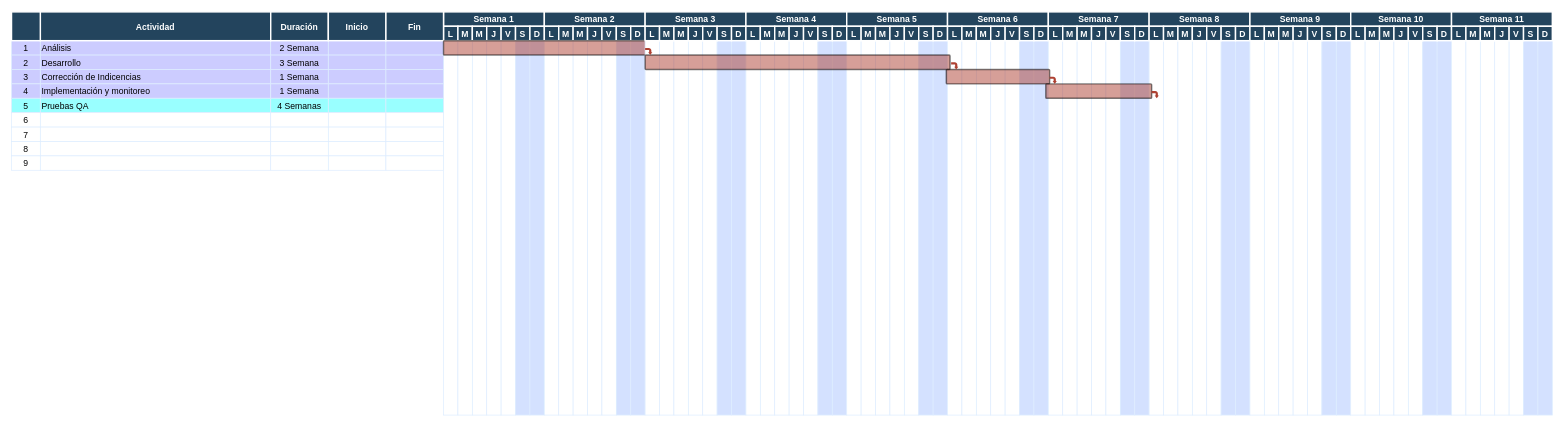
This is RoadMap_CatalogoAutos.drawio from endoeca2/Diagramas, a draw.io file, before an edit. Source tidied: cells renumbered, new cells numbered last; positions are measured from the earlier drawing's top-left corner, leaving out a move shared by most shapes. Both pictures are drawn from the tidied source at 72%, with x=0, y=0 at pixel (11, 12).
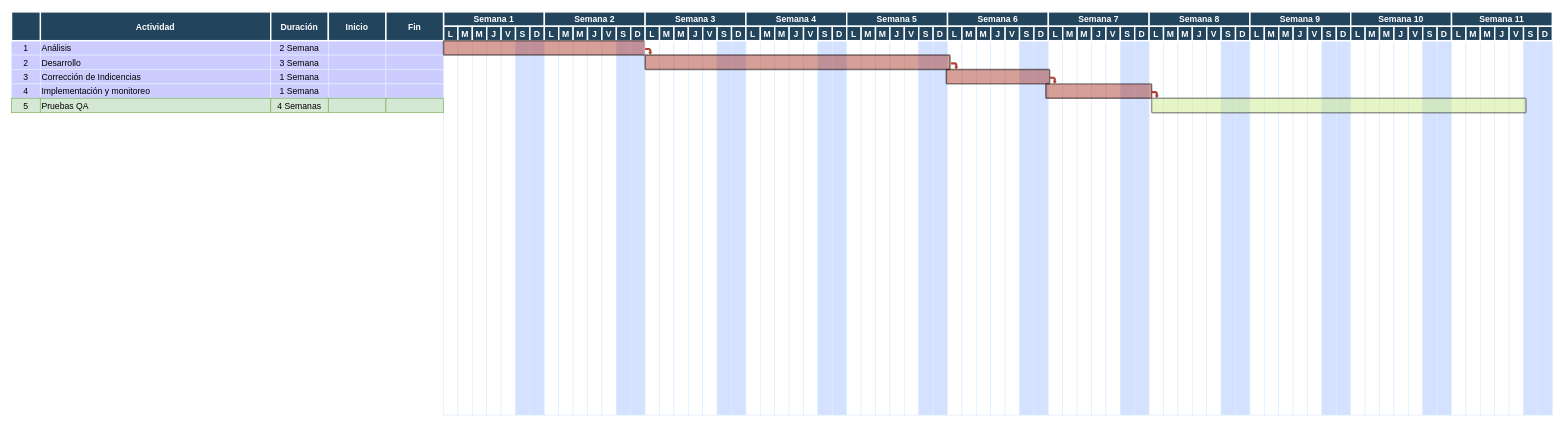
After the change.

The edit, as a diff of the source:
```diff
@@
-    <mxCell id="23" value="5" style="strokeColor=#DEEDFF;fillColor=#99FFFF;" parent="1" vertex="1">
+    <mxCell id="23" value="5" style="strokeColor=#82b366;fillColor=#d5e8d4;" parent="1" vertex="1">
       <mxGeometry x="0.5" y="120" width="40" height="20" as="geometry" />
     </mxCell>
-    <mxCell id="24" value="Pruebas QA" style="align=left;strokeColor=#DEEDFF;fillColor=#99FFFF;" parent="1" vertex="1">
+    <mxCell id="24" value="Pruebas QA" style="align=left;strokeColor=#82b366;fillColor=#d5e8d4;" parent="1" vertex="1">
       <mxGeometry x="40.5" y="120" width="320" height="20" as="geometry" />
     </mxCell>
-    <mxCell id="25" value="4 Semanas" style="strokeColor=#DEEDFF;fillColor=#99FFFF;" parent="1" vertex="1">
+    <mxCell id="25" value="4 Semanas" style="strokeColor=#82b366;fillColor=#d5e8d4;" parent="1" vertex="1">
       <mxGeometry x="360.5" y="120" width="80" height="20" as="geometry" />
     </mxCell>
-    <mxCell id="26" style="strokeColor=#DEEDFF;fillColor=#99FFFF;" parent="1" vertex="1">
+    <mxCell id="26" style="strokeColor=#82b366;fillColor=#d5e8d4;" parent="1" vertex="1">
       <mxGeometry x="440.5" y="120" width="80" height="20" as="geometry" />
     </mxCell>
-    <mxCell id="27" style="strokeColor=#DEEDFF;fillColor=#99FFFF;" parent="1" vertex="1">
+    <mxCell id="27" style="strokeColor=#82b366;fillColor=#d5e8d4;" parent="1" vertex="1">
       <mxGeometry x="520.5" y="120" width="80" height="20" as="geometry" />
     </mxCell>
-    <mxCell id="28" value="6" style="strokeColor=#DEEDFF;" parent="1" vertex="1">
-      <mxGeometry x="0.5" y="140" width="40" height="20" as="geometry" />
-    </mxCell>
-    <mxCell id="29" style="align=left;strokeColor=#DEEDFF;" parent="1" vertex="1">
-      <mxGeometry x="40.5" y="140" width="320" height="20" as="geometry" />
-    </mxCell>
-    <mxCell id="30" style="strokeColor=#DEEDFF;" parent="1" vertex="1">
-      <mxGeometry x="360.5" y="140" width="80" height="20" as="geometry" />
-    </mxCell>
-    <mxCell id="31" style="strokeColor=#DEEDFF;" parent="1" vertex="1">
-      <mxGeometry x="440.5" y="140" width="80" height="20" as="geometry" />
-    </mxCell>
-    <mxCell id="32" style="strokeColor=#DEEDFF;" parent="1" vertex="1">
-      <mxGeometry x="520.5" y="140" width="80" height="20" as="geometry" />
-    </mxCell>
-    <mxCell id="33" value="7" style="strokeColor=#DEEDFF;" parent="1" vertex="1">
-      <mxGeometry x="0.5" y="160" width="40" height="20" as="geometry" />
-    </mxCell>
-    <mxCell id="34" style="align=left;strokeColor=#DEEDFF;" parent="1" vertex="1">
-      <mxGeometry x="40.5" y="160" width="320" height="20" as="geometry" />
-    </mxCell>
-    <mxCell id="35" style="strokeColor=#DEEDFF;" parent="1" vertex="1">
-      <mxGeometry x="360.5" y="160" width="80" height="20" as="geometry" />
-    </mxCell>
-    <mxCell id="36" style="strokeColor=#DEEDFF;" parent="1" vertex="1">
-      <mxGeometry x="440.5" y="160" width="80" height="20" as="geometry" />
-    </mxCell>
-    <mxCell id="37" style="strokeColor=#DEEDFF;" parent="1" vertex="1">
-      <mxGeometry x="520.5" y="160" width="80" height="20" as="geometry" />
-    </mxCell>
-    <mxCell id="38" value="8" style="strokeColor=#DEEDFF;fillColor=#FFFFFF;" parent="1" vertex="1">
-      <mxGeometry x="0.5" y="180" width="40" height="20" as="geometry" />
-    </mxCell>
-    <mxCell id="39" style="align=left;strokeColor=#DEEDFF;fillColor=#FFFFFF;" parent="1" vertex="1">
-      <mxGeometry x="40.5" y="180" width="320" height="20" as="geometry" />
-    </mxCell>
-    <mxCell id="40" style="strokeColor=#DEEDFF;fillColor=#FFFFFF;" parent="1" vertex="1">
-      <mxGeometry x="360.5" y="180" width="80" height="20" as="geometry" />
-    </mxCell>
-    <mxCell id="41" style="strokeColor=#DEEDFF;fillColor=#FFFFFF;" parent="1" vertex="1">
-      <mxGeometry x="440.5" y="180" width="80" height="20" as="geometry" />
-    </mxCell>
-    <mxCell id="42" style="strokeColor=#DEEDFF;fillColor=#FFFFFF;" parent="1" vertex="1">
-      <mxGeometry x="520.5" y="180" width="80" height="20" as="geometry" />
-    </mxCell>
-    <mxCell id="43" value="9" style="strokeColor=#DEEDFF;fillColor=#FFFFFF;" parent="1" vertex="1">
-      <mxGeometry x="0.5" y="200" width="40" height="20" as="geometry" />
-    </mxCell>
-    <mxCell id="44" style="align=left;strokeColor=#DEEDFF;fillColor=#FFFFFF;" parent="1" vertex="1">
-      <mxGeometry x="40.5" y="200" width="320" height="20" as="geometry" />
-    </mxCell>
-    <mxCell id="45" style="strokeColor=#DEEDFF;fillColor=#FFFFFF;" parent="1" vertex="1">
-      <mxGeometry x="360.5" y="200" width="80" height="20" as="geometry" />
-    </mxCell>
-    <mxCell id="46" style="strokeColor=#DEEDFF;fillColor=#FFFFFF;" parent="1" vertex="1">
-      <mxGeometry x="440.5" y="200" width="80" height="20" as="geometry" />
-    </mxCell>
-    <mxCell id="47" style="strokeColor=#DEEDFF;fillColor=#FFFFFF;" parent="1" vertex="1">
-      <mxGeometry x="520.5" y="200" width="80" height="20" as="geometry" />
-    </mxCell>
@@
+    <mxCell id="225" style="shape=mxgraph.flowchart.process;fillColor=#cdeb8b;strokeColor=#36393d;strokeWidth=2;opacity=50;" parent="1" vertex="1">
+      <mxGeometry x="1584" y="120" width="520" height="20" as="geometry" />
+    </mxCell>
```
